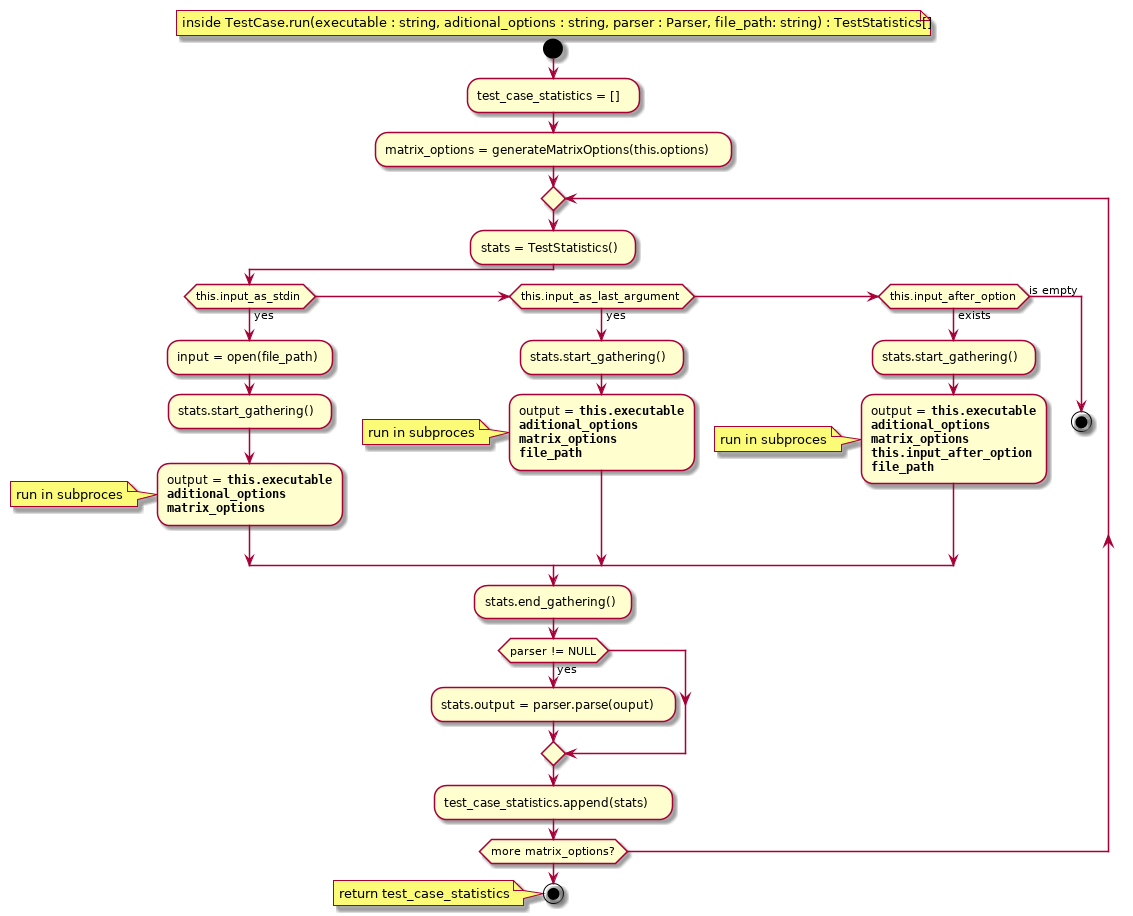
Mateusz-Grzelinski/set-research-documentation keeps this PlantUML diagram as benchmark/activity_diagrams/test_case_run.png. Above is the earlier version. Source of this version:
```plantuml
@startuml
floating note: inside TestCase.run(executable : string, aditional_options : string, parser : Parser, file_path: string) : TestStatistics[]
start

:test_case_statistics = [];
:matrix_options = generateMatrixOptions(this.options);
repeat
:stats = TestStatistics();
if (this.input_as_stdin) then (yes)
  :input = open(file_path);
  :stats.start_gathering();
  :output = <b>""this.executable""
  <b>""aditional_options""
  <b>""matrix_options"";
  note: run in subproces
elseif (this.input_as_last_argument) then (yes)
  :stats.start_gathering();
  :output = <b>""this.executable""
  <b>""aditional_options""
  <b>""matrix_options""
  <b>""file_path"";
  note: run in subproces
elseif (this.input_after_option) then (exists)
  :stats.start_gathering();
  :output = <b>""this.executable""
  <b>""aditional_options""
  <b>""matrix_options""
  <b>""this.input_after_option""
  <b>""file_path"";
  note: run in subproces
else (is empty)
  stop
endif
:stats.end_gathering();

if (parser != NULL) then (yes)
  :stats.output = parser.parse(ouput);
endif
:test_case_statistics.append(stats);
repeat while (more matrix_options?)

stop
note: return test_case_statistics

@enduml
```
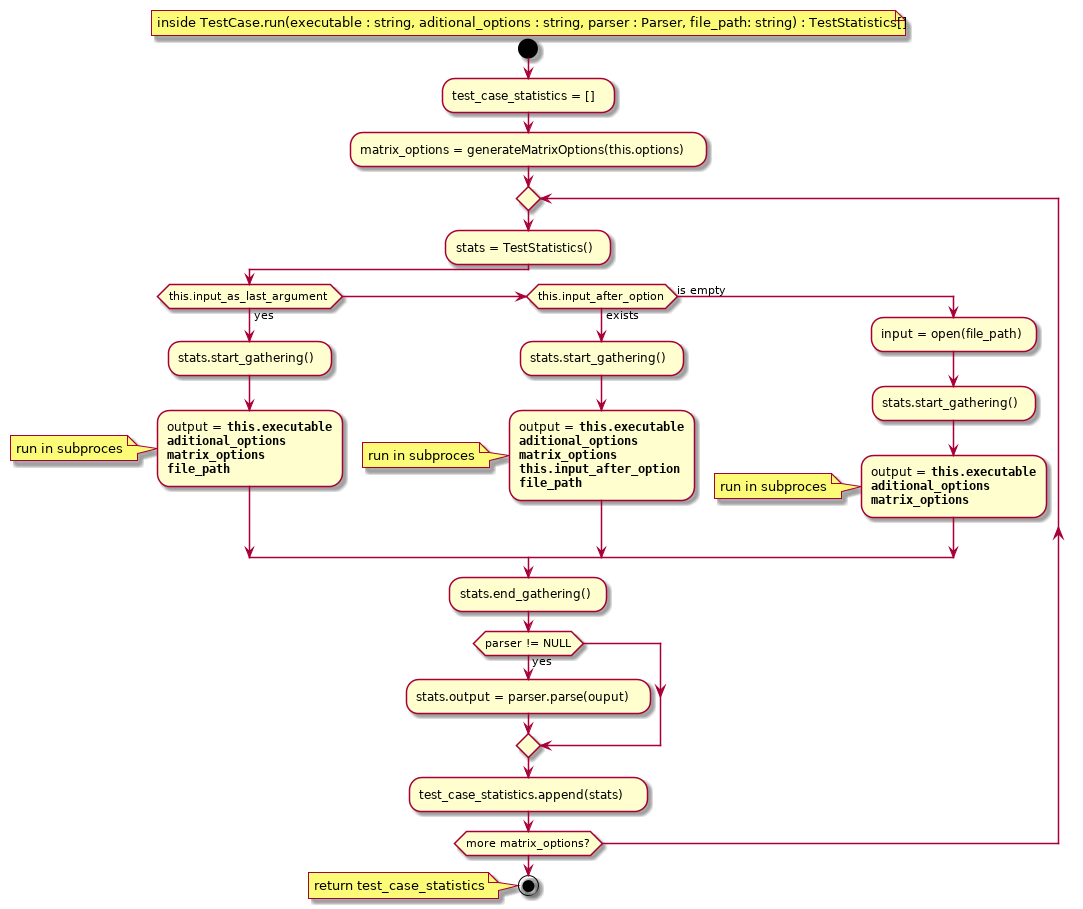
The same diagram one commit later.

Commit message:
Update glossary, diagram

Diff of the diagram source:
```diff
@@ -6,14 +6,7 @@
 :matrix_options = generateMatrixOptions(this.options);
 repeat
 :stats = TestStatistics();
-if (this.input_as_stdin) then (yes)
-  :input = open(file_path);
-  :stats.start_gathering();
-  :output = <b>""this.executable""
-  <b>""aditional_options""
-  <b>""matrix_options"";
-  note: run in subproces
-elseif (this.input_as_last_argument) then (yes)
+if (this.input_as_last_argument) then (yes)
   :stats.start_gathering();
   :output = <b>""this.executable""
   <b>""aditional_options""
@@ -29,7 +22,12 @@
   <b>""file_path"";
   note: run in subproces
 else (is empty)
-  stop
+  :input = open(file_path);
+  :stats.start_gathering();
+  :output = <b>""this.executable""
+  <b>""aditional_options""
+  <b>""matrix_options"";
+  note: run in subproces
 endif
 :stats.end_gathering();
 
```
